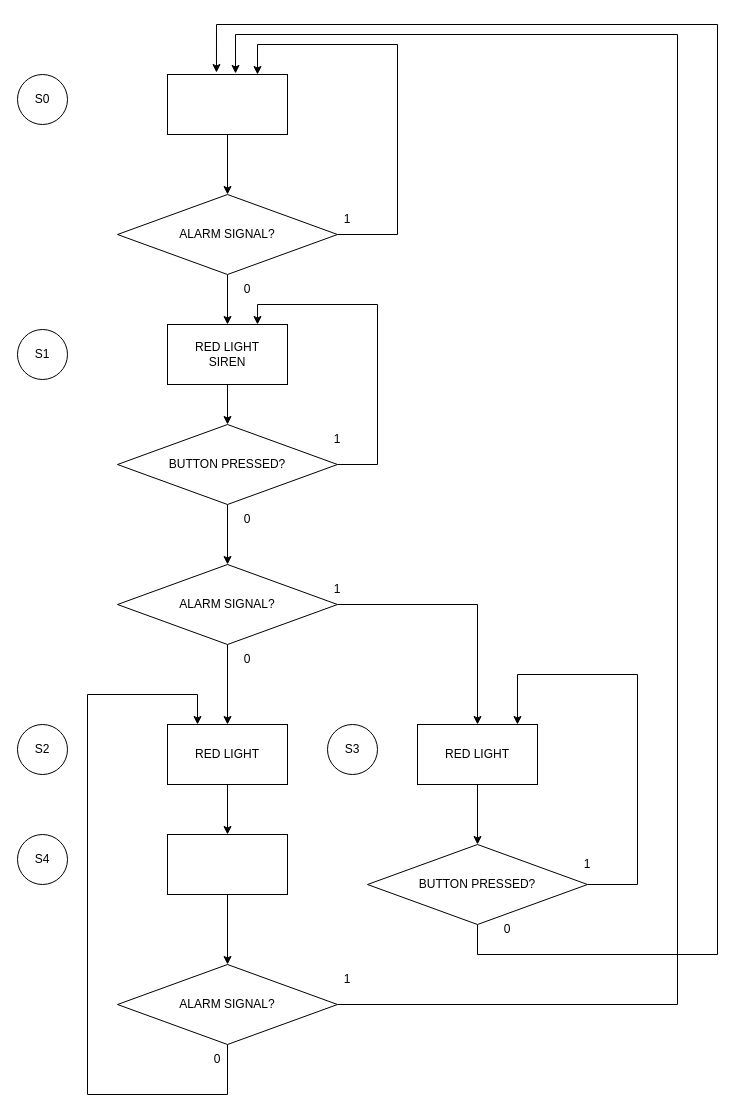
konstkov/Repository keeps this draw.io diagram as asm to python.drawio. Above is the earlier version. Source tidied: cells renumbered, new cells numbered last; positions are measured from the earlier drawing's top-left corner, leaving out a move shared by most shapes. Both pictures are drawn from the tidied source at 100%, with x=0, y=0 at pixel (17, 24).
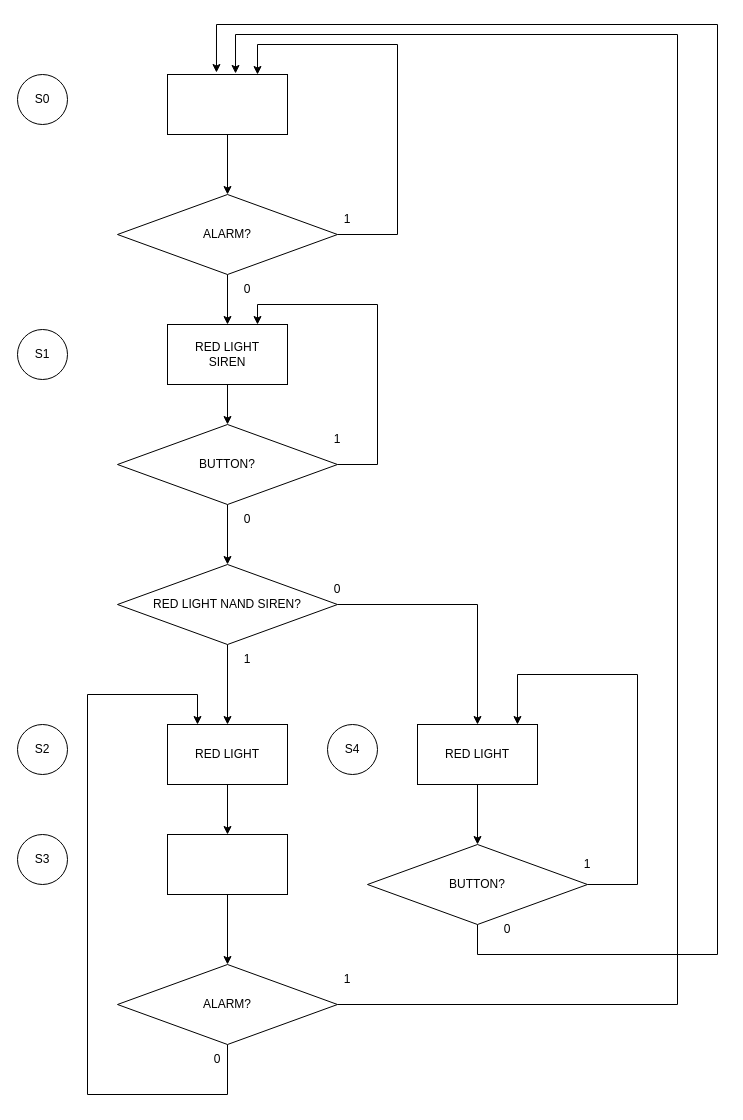
The same diagram, later.

Change to the diagram source:
```diff
@@
-    <mxCell id="6" value="ALARM SIGNAL?" style="rhombus;whiteSpace=wrap;html=1;" parent="1" vertex="1">
+    <mxCell id="6" value="ALARM?" style="rhombus;whiteSpace=wrap;html=1;" parent="1" vertex="1">
       <mxGeometry x="100" y="170" width="220" height="80" as="geometry" />
     </mxCell>
@@
-    <mxCell id="11" value="BUTTON PRESSED?" style="rhombus;whiteSpace=wrap;html=1;" parent="1" vertex="1">
+    <mxCell id="11" value="BUTTON?" style="rhombus;whiteSpace=wrap;html=1;" parent="1" vertex="1">
       <mxGeometry x="100" y="400" width="220" height="80" as="geometry" />
     </mxCell>
@@
-    <mxCell id="14" value="ALARM SIGNAL?" style="rhombus;whiteSpace=wrap;html=1;" parent="1" vertex="1">
+    <mxCell id="14" value="RED LIGHT NAND SIREN?" style="rhombus;whiteSpace=wrap;html=1;" parent="1" vertex="1">
       <mxGeometry x="100" y="540" width="220" height="80" as="geometry" />
     </mxCell>
@@
-    <mxCell id="23" value="BUTTON PRESSED?" style="rhombus;whiteSpace=wrap;html=1;" parent="1" vertex="1">
+    <mxCell id="23" value="BUTTON?" style="rhombus;whiteSpace=wrap;html=1;" parent="1" vertex="1">
       <mxGeometry x="350" y="820" width="220" height="80" as="geometry" />
     </mxCell>
@@
-    <mxCell id="26" value="ALARM SIGNAL?" style="rhombus;whiteSpace=wrap;html=1;" parent="1" vertex="1">
+    <mxCell id="26" value="ALARM?" style="rhombus;whiteSpace=wrap;html=1;" parent="1" vertex="1">
       <mxGeometry x="100" y="940" width="220" height="80" as="geometry" />
     </mxCell>
@@
-    <mxCell id="29" value="1" style="text;html=1;align=center;verticalAlign=middle;whiteSpace=wrap;rounded=0;" parent="1" vertex="1">
+    <mxCell id="29" value="0" style="text;html=1;align=center;verticalAlign=middle;whiteSpace=wrap;rounded=0;" parent="1" vertex="1">
       <mxGeometry x="290" y="550" width="60" height="30" as="geometry" />
     </mxCell>
@@
-    <mxCell id="34" value="0" style="text;html=1;align=center;verticalAlign=middle;whiteSpace=wrap;rounded=0;" parent="1" vertex="1">
+    <mxCell id="34" value="1" style="text;html=1;align=center;verticalAlign=middle;whiteSpace=wrap;rounded=0;" parent="1" vertex="1">
       <mxGeometry x="200" y="620" width="60" height="30" as="geometry" />
     </mxCell>
@@
-    <mxCell id="40" value="S4" style="ellipse;whiteSpace=wrap;html=1;" parent="1" vertex="1">
+    <mxCell id="40" value="S3" style="ellipse;whiteSpace=wrap;html=1;" parent="1" vertex="1">
       <mxGeometry y="810" width="50" height="50" as="geometry" />
     </mxCell>
-    <mxCell id="41" value="S3" style="ellipse;whiteSpace=wrap;html=1;" parent="1" vertex="1">
+    <mxCell id="41" value="S4" style="ellipse;whiteSpace=wrap;html=1;" parent="1" vertex="1">
       <mxGeometry x="310" y="700" width="50" height="50" as="geometry" />
     </mxCell>
```
